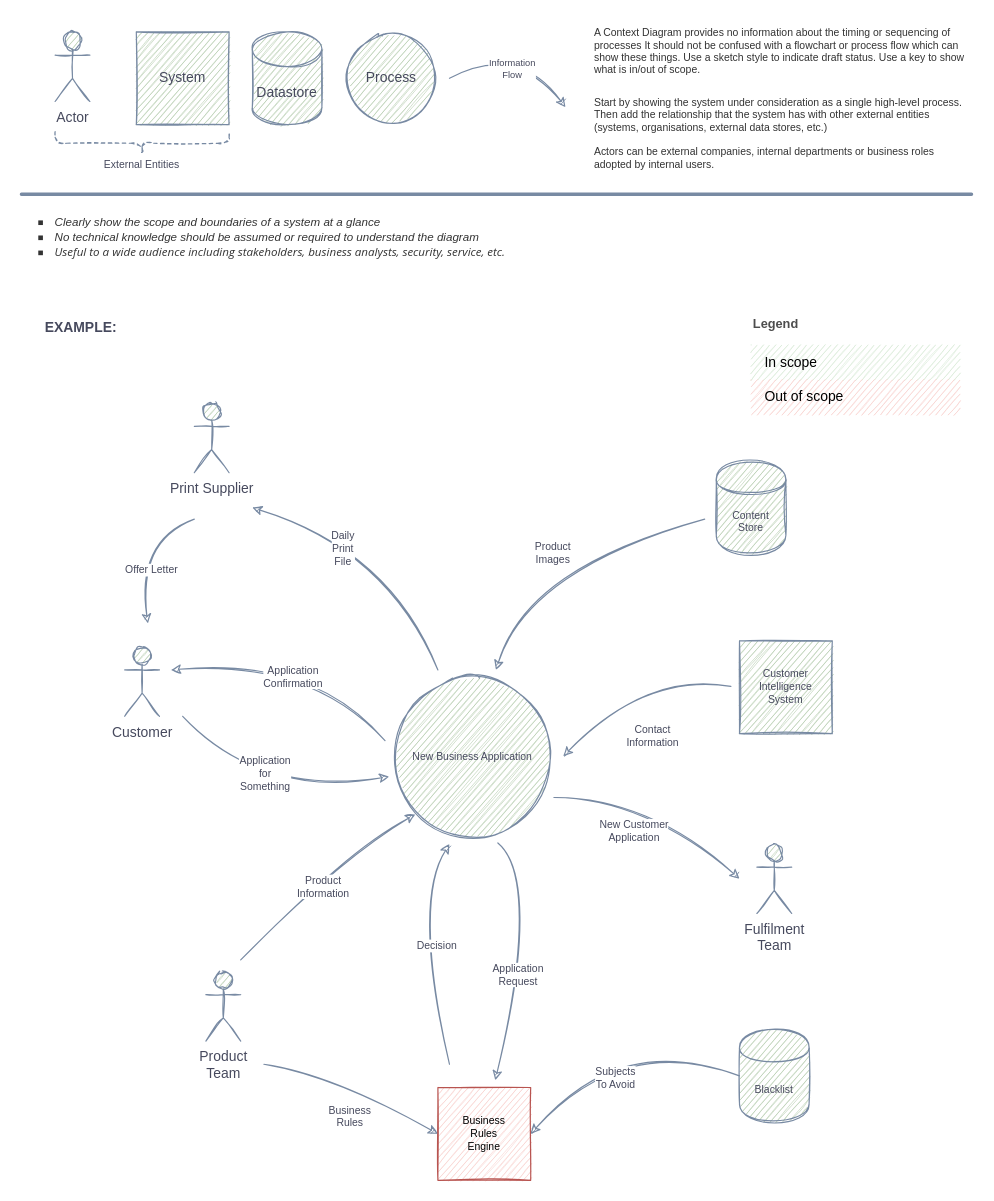
Before: page "Context Diagram" (1 of 2) of Sample Architecture Viewponts.drawio in martinlt/reference, a draw.io diagram. Source tidied: cells renumbered, new cells numbered last; positions are measured from the earlier drawing's top-left corner, leaving out a move shared by most shapes. Both pictures are drawn from the tidied source at 116%, with x=0, y=0 at pixel (21, 31).
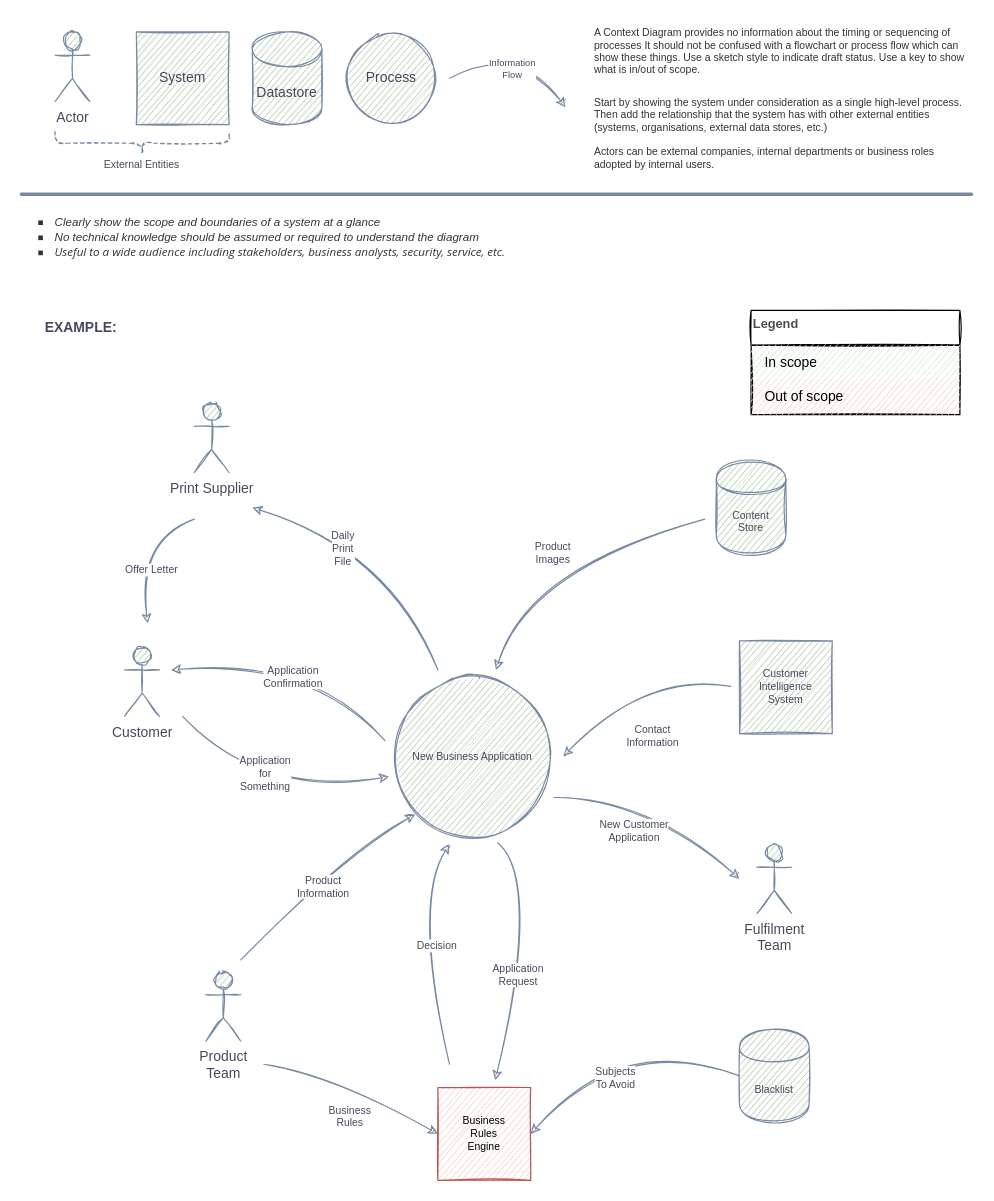
Above is the later version.

What changed in the source:
```diff
@@
-    <mxCell id="41" value="Legend" style="align=left;fontSize=11;fontStyle=1;strokeColor=none;fillColor=none;fontColor=#4D4D4D;spacingTop=-8;rounded=0;sketch=1;" parent="1" vertex="1">
+    <mxCell id="41" value="Legend" style="align=left;fontSize=11;fontStyle=1;strokeColor=default;fillColor=none;fontColor=#4D4D4D;spacingTop=-8;rounded=0;sketch=1;swimlaneLine=1;" parent="1" vertex="1">
       <mxGeometry x="629" y="240" width="180" height="30" as="geometry" />
     </mxCell>
-    <mxCell id="42" style="shape=table;html=1;whiteSpace=wrap;startSize=0;childLayout=tableLayout;fillColor=none;align=left;spacingLeft=10;strokeColor=none;rounded=1;arcSize=11;fontColor=#FFFFFF;sketch=1;" parent="1" vertex="1">
+    <mxCell id="42" style="shape=table;html=1;whiteSpace=wrap;startSize=0;childLayout=tableLayout;fillColor=none;align=left;spacingLeft=10;strokeColor=default;rounded=1;arcSize=11;fontColor=#FFFFFF;sketch=1;labelBorderColor=none;perimeterSpacing=0;swimlaneLine=1;" parent="1" vertex="1">
       <mxGeometry x="629" y="270" width="180" height="60" as="geometry" />
     </mxCell>
-    <mxCell id="43" value="In scope" style="shape=partialRectangle;html=1;whiteSpace=wrap;fillColor=#d5e8d4;top=0;left=0;bottom=0;right=0;overflow=hidden;align=left;spacingLeft=10;strokeColor=#82b366;rounded=0;sketch=1;" parent="42" vertex="1">
+    <mxCell id="43" value="In scope" style="shape=partialRectangle;html=1;whiteSpace=wrap;fillColor=#d5e8d4;top=0;left=0;bottom=0;right=0;overflow=hidden;align=left;spacingLeft=10;strokeColor=default;rounded=0;sketch=1;swimlaneLine=1;" parent="42" vertex="1">
       <mxGeometry width="180" height="30" as="geometry" />
     </mxCell>
-    <mxCell id="44" value="Out of scope" style="shape=partialRectangle;html=1;whiteSpace=wrap;fillColor=#f8cecc;top=0;left=0;bottom=0;right=0;overflow=hidden;align=left;spacingLeft=10;rounded=0;sketch=1;strokeColor=#b85450;strokeWidth=1;perimeterSpacing=0;" parent="42" vertex="1">
+    <mxCell id="44" value="Out of scope" style="shape=partialRectangle;html=1;whiteSpace=wrap;fillColor=#f8cecc;top=0;left=0;bottom=0;right=0;overflow=hidden;align=left;spacingLeft=10;rounded=0;sketch=1;strokeColor=default;strokeWidth=1;perimeterSpacing=0;swimlaneLine=1;" parent="42" vertex="1">
       <mxGeometry y="30" width="180" height="30" as="geometry" />
     </mxCell>
```
